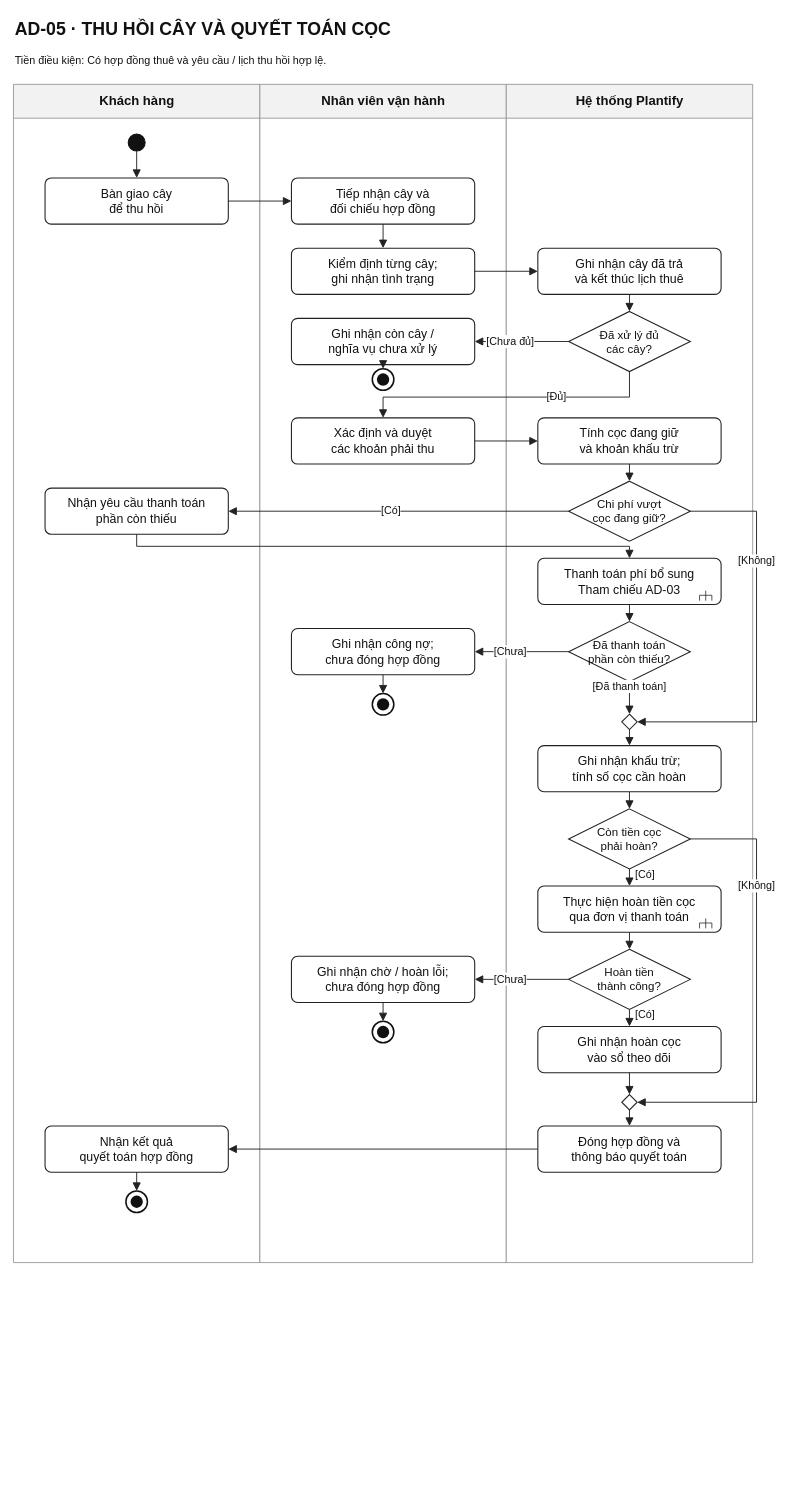
The draw.io diagram docs/activity-diagrams/AD-05-thu-hoi-hoan-coc.drawio in quocbao2004/plantify-platform, before the edit. Source tidied: cells renumbered, new cells numbered last; positions are measured from the earlier drawing's top-left corner, leaving out a move shared by most shapes. Both pictures are drawn from the tidied source at 77%, with x=0, y=0 at pixel (13, 13).
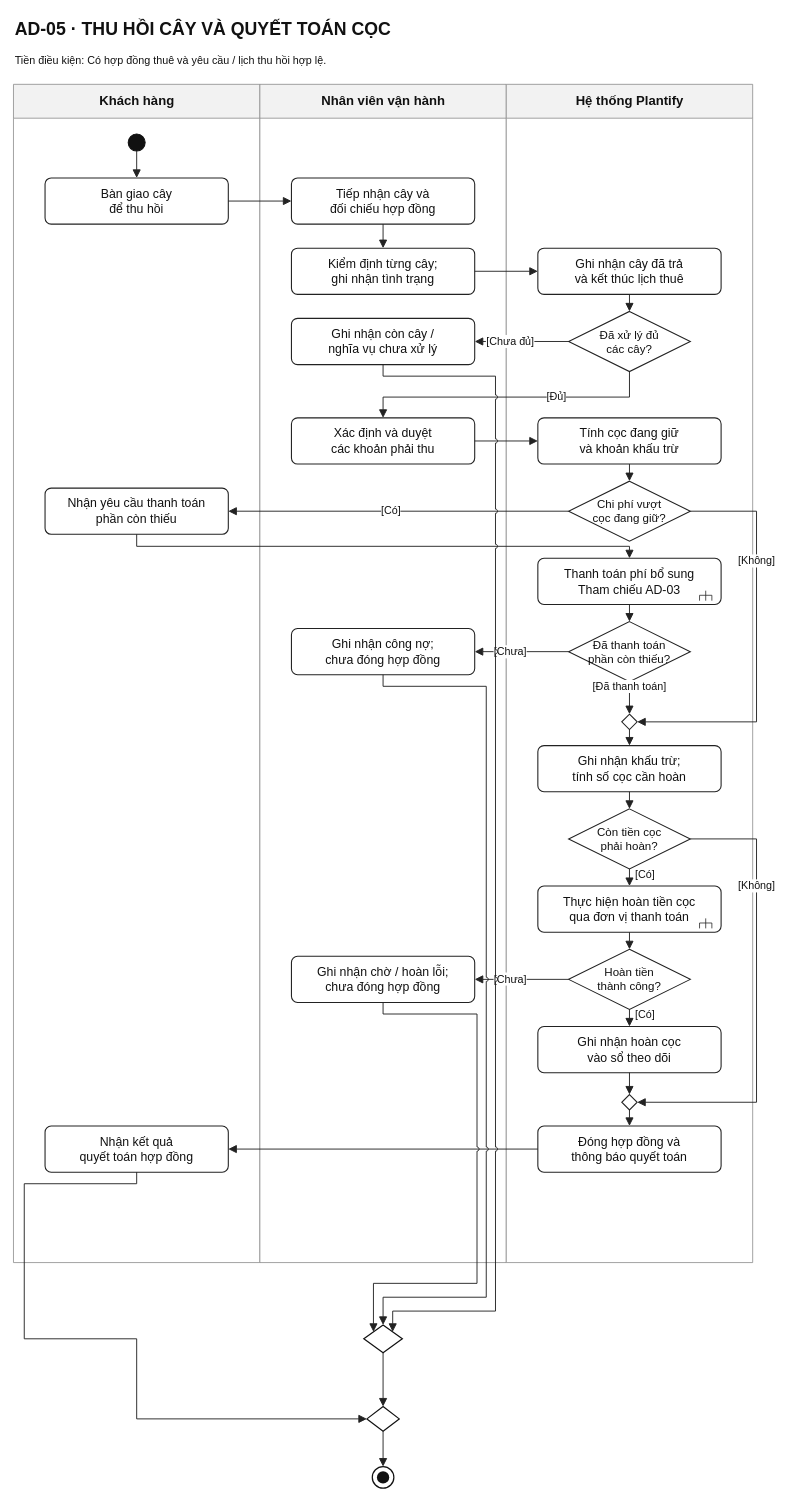
After the change.

The change refers to these unchanged cells:
```xml
<mxCell id="4" value="Khách hàng" style="swimlane;html=1;horizontal=1;startSize=44;rounded=0;fillColor=#F2F2F2;swimlaneFillColor=#FFFFFF;strokeColor=#888888;strokeWidth=1;fontFamily=Arial;fontSize=17;fontStyle=1;fontColor=#111111;align=center;verticalAlign=middle;" parent="1" vertex="1">
  <mxGeometry y="92" width="320" height="1530.2" as="geometry" />
</mxCell>
<mxCell id="5" value="Nhân viên vận hành" style="swimlane;html=1;horizontal=1;startSize=44;rounded=0;fillColor=#F2F2F2;swimlaneFillColor=#FFFFFF;strokeColor=#888888;strokeWidth=1;fontFamily=Arial;fontSize=17;fontStyle=1;fontColor=#111111;align=center;verticalAlign=middle;" parent="1" vertex="1">
  <mxGeometry x="320" y="92" width="320" height="1530.2" as="geometry" />
</mxCell>
<mxCell id="13" value="Ghi nhận còn cây /&lt;br/&gt;nghĩa vụ chưa xử lý" style="rounded=1;arcSize=16;absoluteArcSize=1;html=1;whiteSpace=wrap;strokeColor=#222222;strokeWidth=1.4;fillColor=#FFFFFF;fontFamily=Arial;fontSize=16;fontColor=#111111;align=center;verticalAlign=middle;spacing=5;" parent="5" vertex="1">
  <mxGeometry x="41" y="304" width="238" height="60" as="geometry" />
</mxCell>
<mxCell id="27" value="Ghi nhận công nợ;&lt;br/&gt;chưa đóng hợp đồng" style="rounded=1;arcSize=16;absoluteArcSize=1;html=1;whiteSpace=wrap;strokeColor=#222222;strokeWidth=1.4;fillColor=#FFFFFF;fontFamily=Arial;fontSize=16;fontColor=#111111;align=center;verticalAlign=middle;spacing=5;" parent="5" vertex="1">
  <mxGeometry x="41" y="706.8" width="238" height="60" as="geometry" />
</mxCell>
<mxCell id="40" value="Ghi nhận chờ / hoàn lỗi;&lt;br/&gt;chưa đóng hợp đồng" style="rounded=1;arcSize=16;absoluteArcSize=1;html=1;whiteSpace=wrap;strokeColor=#222222;strokeWidth=1.4;fillColor=#FFFFFF;fontFamily=Arial;fontSize=16;fontColor=#111111;align=center;verticalAlign=middle;spacing=5;" parent="5" vertex="1">
  <mxGeometry x="41" y="1132.4" width="238" height="60" as="geometry" />
</mxCell>
<mxCell id="46" value="Nhận kết quả&lt;br/&gt;quyết toán hợp đồng" style="rounded=1;arcSize=16;absoluteArcSize=1;html=1;whiteSpace=wrap;strokeColor=#222222;strokeWidth=1.4;fillColor=#FFFFFF;fontFamily=Arial;fontSize=16;fontColor=#111111;align=center;verticalAlign=middle;spacing=5;" parent="4" vertex="1">
  <mxGeometry x="41" y="1352.8" width="238" height="60" as="geometry" />
</mxCell>
```

What changed in the source:
```diff
@@
-    <mxCell id="14" style="ellipse;fillColor=#FFFFFF;strokeColor=#111111;strokeWidth=2;" parent="5" vertex="1">
-      <mxGeometry x="146" y="369.4" width="28" height="28" as="geometry" />
-    </mxCell>
-    <mxCell id="15" style="ellipse;fillColor=#111111;strokeColor=none;" parent="14" vertex="1">
-      <mxGeometry x="6" y="6" width="16" height="16" as="geometry" />
-    </mxCell>
@@
-    <mxCell id="28" style="ellipse;fillColor=#FFFFFF;strokeColor=#111111;strokeWidth=2;" parent="5" vertex="1">
-      <mxGeometry x="146" y="791.2" width="28" height="28" as="geometry" />
-    </mxCell>
-    <mxCell id="29" style="ellipse;fillColor=#111111;strokeColor=none;" parent="28" vertex="1">
-      <mxGeometry x="6" y="6" width="16" height="16" as="geometry" />
-    </mxCell>
@@
-    <mxCell id="41" style="ellipse;fillColor=#FFFFFF;strokeColor=#111111;strokeWidth=2;" parent="5" vertex="1">
-      <mxGeometry x="146" y="1216.8" width="28" height="28" as="geometry" />
-    </mxCell>
-    <mxCell id="42" style="ellipse;fillColor=#111111;strokeColor=none;" parent="41" vertex="1">
-      <mxGeometry x="6" y="6" width="16" height="16" as="geometry" />
-    </mxCell>
@@
-    <mxCell id="47" style="ellipse;fillColor=#FFFFFF;strokeColor=#111111;strokeWidth=2;" parent="4" vertex="1">
-      <mxGeometry x="146" y="1437.2" width="28" height="28" as="geometry" />
-    </mxCell>
-    <mxCell id="48" style="ellipse;fillColor=#111111;strokeColor=none;" parent="47" vertex="1">
-      <mxGeometry x="6" y="6" width="16" height="16" as="geometry" />
-    </mxCell>
@@
-    <mxCell id="55" style="edgeStyle=none;html=1;rounded=0;endArrow=block;endFill=1;endSize=8;startArrow=none;strokeColor=#222222;strokeWidth=1.2;exitX=0.5;exitY=1;exitPerimeter=0;entryX=0.5;entryY=0;entryPerimeter=0;fontFamily=Arial;fontSize=14;fontColor=#111111;labelBackgroundColor=#FFFFFF;jumpStyle=arc;jumpSize=5;spacing=2;" parent="1" edge="1" source="13" target="14">
-      <mxGeometry relative="1" as="geometry" />
-    </mxCell>
@@
-    <mxCell id="63" style="edgeStyle=none;html=1;rounded=0;endArrow=block;endFill=1;endSize=8;startArrow=none;strokeColor=#222222;strokeWidth=1.2;exitX=0.5;exitY=1;exitPerimeter=0;entryX=0.5;entryY=0;entryPerimeter=0;fontFamily=Arial;fontSize=14;fontColor=#111111;labelBackgroundColor=#FFFFFF;jumpStyle=arc;jumpSize=5;spacing=2;" parent="1" edge="1" source="27" target="28">
-      <mxGeometry relative="1" as="geometry" />
-    </mxCell>
@@
-    <mxCell id="71" style="edgeStyle=none;html=1;rounded=0;endArrow=block;endFill=1;endSize=8;startArrow=none;strokeColor=#222222;strokeWidth=1.2;exitX=0.5;exitY=1;exitPerimeter=0;entryX=0.5;entryY=0;entryPerimeter=0;fontFamily=Arial;fontSize=14;fontColor=#111111;labelBackgroundColor=#FFFFFF;jumpStyle=arc;jumpSize=5;spacing=2;" parent="1" edge="1" source="40" target="41">
-      <mxGeometry relative="1" as="geometry" />
-    </mxCell>
@@
+    <mxCell id="78" style="rhombus;perimeter=rhombusPerimeter;html=1;fillColor=#FFFFFF;strokeColor=#111111;strokeWidth=1.6;" parent="1" vertex="1">
+      <mxGeometry x="459" y="1809.2" width="42" height="32" as="geometry" />
+    </mxCell>
+    <mxCell id="47" style="ellipse;html=1;fillColor=#FFFFFF;strokeColor=#111111;strokeWidth=1.6;" parent="1" vertex="1">
+      <mxGeometry x="466" y="1887.2" width="28" height="28" as="geometry" />
+    </mxCell>
+    <mxCell id="48" style="ellipse;fillColor=#111111;strokeColor=none;" parent="47" vertex="1">
+      <mxGeometry x="6" y="6" width="16" height="16" as="geometry" />
+    </mxCell>
-    <mxCell id="77" style="edgeStyle=none;html=1;rounded=0;endArrow=block;endFill=1;endSize=8;startArrow=none;strokeColor=#222222;strokeWidth=1.2;exitX=0.5;exitY=1;exitPerimeter=0;entryX=0.5;entryY=0;entryPerimeter=0;fontFamily=Arial;fontSize=14;fontColor=#111111;labelBackgroundColor=#FFFFFF;jumpStyle=arc;jumpSize=5;spacing=2;" parent="1" edge="1" source="46" target="47">
-      <mxGeometry relative="1" as="geometry" />
+    <mxCell id="77" style="edgeStyle=none;html=1;rounded=0;endArrow=block;endFill=1;endSize=8;startArrow=none;strokeColor=#222222;strokeWidth=1.2;exitX=0.5;exitY=1;exitPerimeter=0;entryX=0;entryY=0.5;entryPerimeter=0;fontFamily=Arial;fontSize=14;fontColor=#111111;labelBackgroundColor=#FFFFFF;jumpStyle=arc;jumpSize=5;spacing=2;" parent="1" edge="1" source="46" target="78">
+      <mxGeometry relative="1" as="geometry">
+        <Array as="points">
+          <mxPoint x="160" y="1519.8" />
+          <mxPoint x="14" y="1519.8" />
+          <mxPoint x="14" y="1721.2" />
+          <mxPoint x="160" y="1721.2" />
+          <mxPoint x="160" y="1825.2" />
+        </Array>
+      </mxGeometry>
     </mxCell>
+    <mxCell id="79" style="rhombus;perimeter=rhombusPerimeter;html=1;fillColor=#FFFFFF;strokeColor=#111111;strokeWidth=1.6;" parent="1" vertex="1">
+      <mxGeometry x="455" y="1703.2" width="50" height="36" as="geometry" />
+    </mxCell>
+    <mxCell id="71" style="edgeStyle=none;html=1;rounded=0;endArrow=block;endFill=1;endSize=8;startArrow=none;strokeColor=#222222;strokeWidth=1.2;exitX=0.5;exitY=1;exitPerimeter=0;entryX=0.25;entryY=0.25;entryPerimeter=0;fontFamily=Arial;fontSize=14;fontColor=#111111;labelBackgroundColor=#FFFFFF;jumpStyle=arc;jumpSize=5;spacing=2;" parent="1" edge="1" source="40" target="79">
+      <mxGeometry relative="1" as="geometry">
+        <Array as="points">
+          <mxPoint x="480" y="1299.4" />
+          <mxPoint x="602" y="1299.4" />
+          <mxPoint x="602" y="1649.2" />
+          <mxPoint x="467.5" y="1649.2" />
+        </Array>
+      </mxGeometry>
+    </mxCell>
+    <mxCell id="63" style="edgeStyle=none;html=1;rounded=0;endArrow=block;endFill=1;endSize=8;startArrow=none;strokeColor=#222222;strokeWidth=1.2;exitX=0.5;exitY=1;exitPerimeter=0;entryX=0.5;entryY=0.0;entryPerimeter=0;fontFamily=Arial;fontSize=14;fontColor=#111111;labelBackgroundColor=#FFFFFF;jumpStyle=arc;jumpSize=5;spacing=2;" parent="1" edge="1" source="27" target="79">
+      <mxGeometry relative="1" as="geometry">
+        <Array as="points">
+          <mxPoint x="480" y="873.8" />
+          <mxPoint x="614" y="873.8" />
+          <mxPoint x="614" y="1667.2" />
+          <mxPoint x="480" y="1667.2" />
+        </Array>
+      </mxGeometry>
+    </mxCell>
+    <mxCell id="55" style="edgeStyle=none;html=1;rounded=0;endArrow=block;endFill=1;endSize=8;startArrow=none;strokeColor=#222222;strokeWidth=1.2;exitX=0.5;exitY=1;exitPerimeter=0;entryX=0.75;entryY=0.25;entryPerimeter=0;fontFamily=Arial;fontSize=14;fontColor=#111111;labelBackgroundColor=#FFFFFF;jumpStyle=arc;jumpSize=5;spacing=2;" parent="1" edge="1" source="13" target="79">
+      <mxGeometry relative="1" as="geometry">
+        <Array as="points">
+          <mxPoint x="480" y="471" />
+          <mxPoint x="626" y="471" />
+          <mxPoint x="626" y="1685.2" />
+          <mxPoint x="492.5" y="1685.2" />
+        </Array>
+      </mxGeometry>
+    </mxCell>
+    <mxCell id="80" style="edgeStyle=none;html=1;rounded=0;endArrow=block;endFill=1;endSize=8;startArrow=none;strokeColor=#222222;strokeWidth=1.2;exitX=0.5;exitY=1;exitPerimeter=0;entryX=0.5;entryY=0;entryPerimeter=0;fontFamily=Arial;fontSize=14;fontColor=#111111;labelBackgroundColor=#FFFFFF;jumpStyle=arc;jumpSize=5;spacing=2;" parent="1" edge="1" source="79" target="78">
+      <mxGeometry relative="1" as="geometry">
+        <Array as="points">
+          <mxPoint x="480" y="1809.2" />
+        </Array>
+      </mxGeometry>
+    </mxCell>
+    <mxCell id="81" style="edgeStyle=none;html=1;rounded=0;endArrow=block;endFill=1;endSize=8;startArrow=none;strokeColor=#222222;strokeWidth=1.2;exitX=0.5;exitY=1;exitPerimeter=0;entryX=0.5;entryY=0;entryPerimeter=0;fontFamily=Arial;fontSize=14;fontColor=#111111;labelBackgroundColor=#FFFFFF;jumpStyle=arc;jumpSize=5;spacing=2;" parent="1" edge="1" source="78" target="47">
+      <mxGeometry relative="1" as="geometry" />
+    </mxCell>
```
